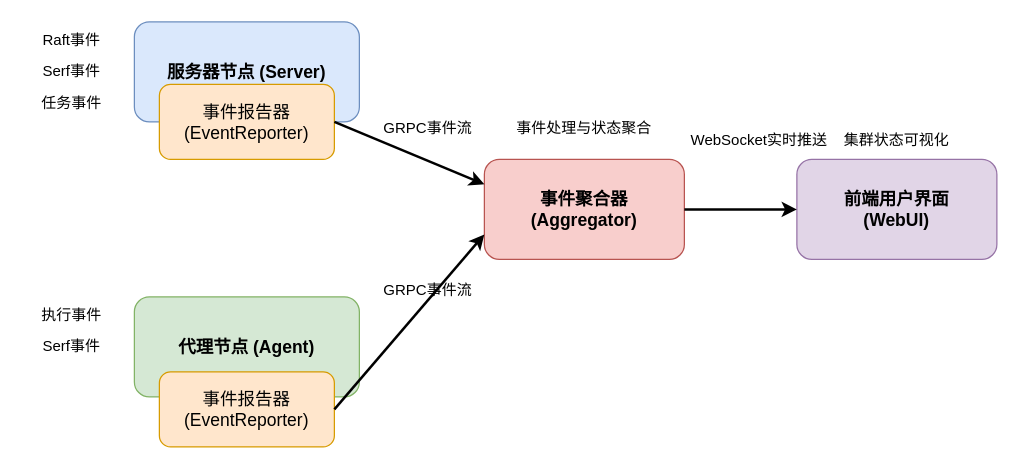
This is projects/事件驱动模式示意图.drawio from hanzug/draw.io, a draw.io file, before an edit. Source tidied: cells renumbered, new cells numbered last; positions are measured from the earlier drawing's top-left corner, leaving out a move shared by most shapes. Both pictures are drawn from the tidied source at 125%, with x=0, y=0 at pixel (21, 21).
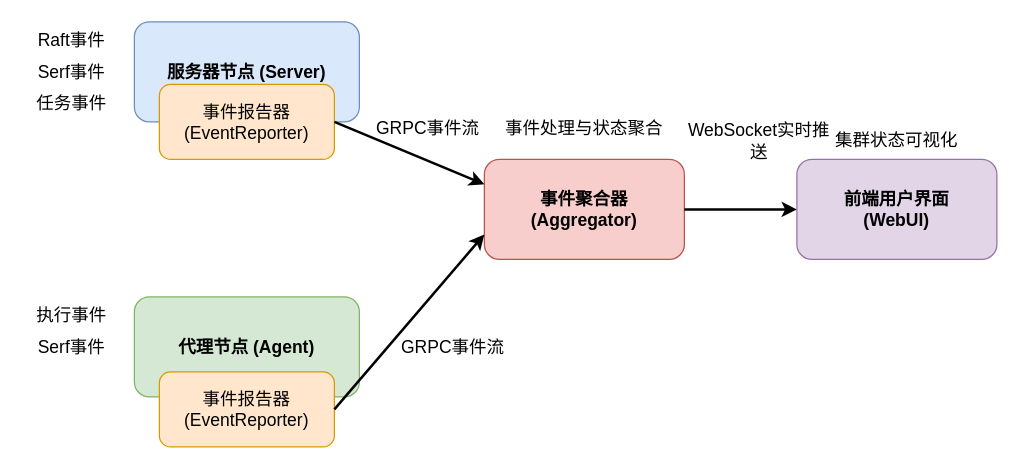
The same diagram, later.

Commit message (it also covers changes not shown here):
更新事件驱动模式示意图.drawio

The change refers to these unchanged cells:
```xml
<mxCell id="4" value="事件报告器&lt;br&gt;(EventReporter)" style="rounded=1;whiteSpace=wrap;html=1;fillColor=#ffe6cc;strokeColor=#d79b00;fontSize=14;" parent="1" vertex="1">
  <mxGeometry x="110" y="50" width="140" height="60" as="geometry" />
</mxCell>
<mxCell id="5" value="事件报告器&lt;br&gt;(EventReporter)" style="rounded=1;whiteSpace=wrap;html=1;fillColor=#ffe6cc;strokeColor=#d79b00;fontSize=14;" parent="1" vertex="1">
  <mxGeometry x="110" y="280" width="140" height="60" as="geometry" />
</mxCell>
<mxCell id="6" value="事件聚合器&lt;br&gt;(Aggregator)" style="rounded=1;whiteSpace=wrap;html=1;fillColor=#f8cecc;strokeColor=#b85450;fontSize=14;fontStyle=1;" parent="1" vertex="1">
  <mxGeometry x="370" y="110" width="160" height="80" as="geometry" />
</mxCell>
<mxCell id="7" value="前端用户界面&lt;br&gt;(WebUI)" style="rounded=1;whiteSpace=wrap;html=1;fillColor=#e1d5e7;strokeColor=#9673a6;fontSize=14;fontStyle=1;" parent="1" vertex="1">
  <mxGeometry x="620" y="110" width="160" height="80" as="geometry" />
</mxCell>
```

The edit, as a diff of the source:
```diff
@@
-    <mxCell id="8" style="endArrow=classic;html=1;rounded=0;exitX=1;exitY=0.5;exitDx=0;exitDy=0;entryX=0;entryY=0.25;entryDx=0;entryDy=0;strokeWidth=2;fontSize=12;" parent="1" edge="1" source="4" target="6">
+    <mxCell id="8" style="endArrow=classic;html=1;rounded=0;exitX=1;exitY=0.5;exitDx=0;exitDy=0;entryX=0;entryY=0.25;entryDx=0;entryDy=0;strokeWidth=2;fontSize=14;" parent="1" edge="1" source="4" target="6">
       <mxGeometry relative="1" as="geometry" />
     </mxCell>
-    <mxCell id="9" style="endArrow=classic;html=1;rounded=0;exitX=1;exitY=0.5;exitDx=0;exitDy=0;entryX=0;entryY=0.75;entryDx=0;entryDy=0;strokeWidth=2;fontSize=12;" parent="1" edge="1" source="5" target="6">
+    <mxCell id="9" style="endArrow=classic;html=1;rounded=0;exitX=1;exitY=0.5;exitDx=0;exitDy=0;entryX=0;entryY=0.75;entryDx=0;entryDy=0;strokeWidth=2;fontSize=14;" parent="1" edge="1" source="5" target="6">
       <mxGeometry relative="1" as="geometry" />
     </mxCell>
-    <mxCell id="10" style="endArrow=classic;html=1;rounded=0;exitX=1;exitY=0.5;exitDx=0;exitDy=0;entryX=0;entryY=0.5;entryDx=0;entryDy=0;strokeWidth=2;fontSize=12;" parent="1" edge="1" source="6" target="7">
+    <mxCell id="10" style="endArrow=classic;html=1;rounded=0;exitX=1;exitY=0.5;exitDx=0;exitDy=0;entryX=0;entryY=0.5;entryDx=0;entryDy=0;strokeWidth=2;fontSize=14;" parent="1" edge="1" source="6" target="7">
       <mxGeometry relative="1" as="geometry" />
     </mxCell>
-    <mxCell id="11" value="Raft事件" style="text;html=1;strokeColor=none;fillColor=none;align=center;verticalAlign=middle;whiteSpace=wrap;rounded=0;fontSize=12;" parent="1" vertex="1">
+    <mxCell id="11" value="Raft事件" style="text;html=1;strokeColor=none;fillColor=none;align=center;verticalAlign=middle;whiteSpace=wrap;rounded=0;fontSize=14;" parent="1" vertex="1">
       <mxGeometry width="80" height="30" as="geometry" />
     </mxCell>
-    <mxCell id="12" value="Serf事件" style="text;html=1;strokeColor=none;fillColor=none;align=center;verticalAlign=middle;whiteSpace=wrap;rounded=0;fontSize=12;" parent="1" vertex="1">
+    <mxCell id="12" value="Serf事件" style="text;html=1;strokeColor=none;fillColor=none;align=center;verticalAlign=middle;whiteSpace=wrap;rounded=0;fontSize=14;" parent="1" vertex="1">
       <mxGeometry y="25" width="80" height="30" as="geometry" />
     </mxCell>
-    <mxCell id="13" value="任务事件" style="text;html=1;strokeColor=none;fillColor=none;align=center;verticalAlign=middle;whiteSpace=wrap;rounded=0;fontSize=12;" parent="1" vertex="1">
+    <mxCell id="13" value="任务事件" style="text;html=1;strokeColor=none;fillColor=none;align=center;verticalAlign=middle;whiteSpace=wrap;rounded=0;fontSize=14;" parent="1" vertex="1">
       <mxGeometry y="50" width="80" height="30" as="geometry" />
     </mxCell>
-    <mxCell id="14" value="执行事件" style="text;html=1;strokeColor=none;fillColor=none;align=center;verticalAlign=middle;whiteSpace=wrap;rounded=0;fontSize=12;" parent="1" vertex="1">
+    <mxCell id="14" value="执行事件" style="text;html=1;strokeColor=none;fillColor=none;align=center;verticalAlign=middle;whiteSpace=wrap;rounded=0;fontSize=14;" parent="1" vertex="1">
       <mxGeometry y="220" width="80" height="30" as="geometry" />
     </mxCell>
-    <mxCell id="15" value="Serf事件" style="text;html=1;strokeColor=none;fillColor=none;align=center;verticalAlign=middle;whiteSpace=wrap;rounded=0;fontSize=12;" parent="1" vertex="1">
+    <mxCell id="15" value="Serf事件" style="text;html=1;strokeColor=none;fillColor=none;align=center;verticalAlign=middle;whiteSpace=wrap;rounded=0;fontSize=14;" parent="1" vertex="1">
       <mxGeometry y="245" width="80" height="30" as="geometry" />
     </mxCell>
-    <mxCell id="16" value="GRPC事件流" style="text;html=1;strokeColor=none;fillColor=none;align=center;verticalAlign=middle;whiteSpace=wrap;rounded=0;fontSize=12;rotation=0;" parent="1" vertex="1">
+    <mxCell id="16" value="GRPC事件流" style="text;html=1;strokeColor=none;fillColor=none;align=center;verticalAlign=middle;whiteSpace=wrap;rounded=0;fontSize=14;rotation=0;" parent="1" vertex="1">
       <mxGeometry x="280" y="70" width="90" height="30" as="geometry" />
     </mxCell>
-    <mxCell id="17" value="GRPC事件流" style="text;html=1;strokeColor=none;fillColor=none;align=center;verticalAlign=middle;whiteSpace=wrap;rounded=0;fontSize=12;rotation=0;" parent="1" vertex="1">
-      <mxGeometry x="280" y="200" width="90" height="30" as="geometry" />
+    <mxCell id="17" value="GRPC事件流" style="text;html=1;strokeColor=none;fillColor=none;align=center;verticalAlign=middle;whiteSpace=wrap;rounded=0;fontSize=14;rotation=0;" parent="1" vertex="1">
+      <mxGeometry x="300" y="245" width="90" height="30" as="geometry" />
     </mxCell>
-    <mxCell id="18" value="WebSocket实时推送" style="text;html=1;strokeColor=none;fillColor=none;align=center;verticalAlign=middle;whiteSpace=wrap;rounded=0;fontSize=12;" parent="1" vertex="1">
+    <mxCell id="18" value="WebSocket实时推送" style="text;html=1;strokeColor=none;fillColor=none;align=center;verticalAlign=middle;whiteSpace=wrap;rounded=0;fontSize=14;" parent="1" vertex="1">
       <mxGeometry x="530" y="80" width="120" height="30" as="geometry" />
     </mxCell>
-    <mxCell id="19" value="事件处理与状态聚合" style="text;html=1;strokeColor=none;fillColor=none;align=center;verticalAlign=middle;whiteSpace=wrap;rounded=0;fontSize=12;" parent="1" vertex="1">
+    <mxCell id="19" value="事件处理与状态聚合" style="text;html=1;strokeColor=none;fillColor=none;align=center;verticalAlign=middle;whiteSpace=wrap;rounded=0;fontSize=14;" parent="1" vertex="1">
       <mxGeometry x="370" y="70" width="160" height="30" as="geometry" />
     </mxCell>
-    <mxCell id="20" value="集群状态可视化" style="text;html=1;strokeColor=none;fillColor=none;align=center;verticalAlign=middle;whiteSpace=wrap;rounded=0;fontSize=12;" parent="1" vertex="1">
+    <mxCell id="20" value="集群状态可视化" style="text;html=1;strokeColor=none;fillColor=none;align=center;verticalAlign=middle;whiteSpace=wrap;rounded=0;fontSize=14;" parent="1" vertex="1">
       <mxGeometry x="620" y="80" width="160" height="30" as="geometry" />
     </mxCell>
```
